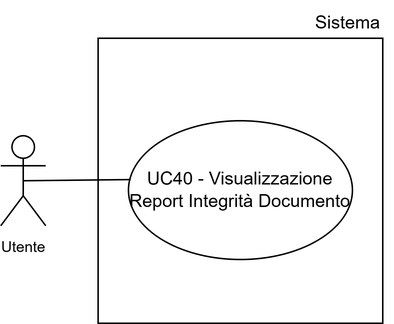
This is assets/uml/UC40.png from 7-ZPUs/Docs, a draw.io export, as it was before one commit. Source tidied: cells renumbered, new cells last; positions are measured from the earlier drawing's top-left corner, leaving out a move shared by most shapes.
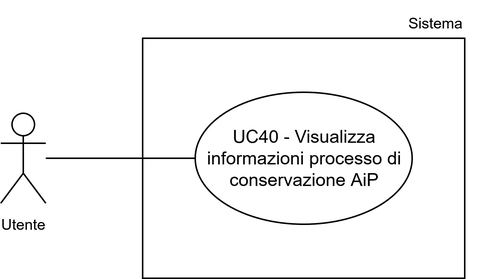
The same diagram one commit later.

Diff of the diagram source:
```diff
@@ -3,19 +3,21 @@
     <mxCell id="0" />
     <mxCell id="1" parent="0" />
     <mxCell id="2" style="whiteSpace=wrap;html=1;" parent="1" vertex="1">
-      <mxGeometry x="65" y="25" width="190" height="190" as="geometry" />
+      <mxGeometry x="-4.5" y="-3214" width="214.5" height="160" as="geometry" />
     </mxCell>
-    <mxCell id="3" value="&lt;font style=&quot;font-size: 10px;&quot;&gt;Utente&lt;/font&gt;" style="shape=umlActor;verticalLabelPosition=bottom;verticalAlign=top;html=1;outlineConnect=0;" parent="1" vertex="1">
-      <mxGeometry y="90" width="30" height="60" as="geometry" />
+    <mxCell id="3" value="UC40 - Visualizza informazioni processo di conservazione AiP" style="ellipse;whiteSpace=wrap;html=1;" parent="1" vertex="1">
+      <mxGeometry x="30.5" y="-3178" width="144.5" height="88" as="geometry" />
     </mxCell>
-    <mxCell id="4" value="UC40 - Visualizzazione Report Integrità Documento" style="ellipse;whiteSpace=wrap;html=1;" parent="1" vertex="1">
-      <mxGeometry x="85.2" y="80" width="149.5" height="92.5" as="geometry" />
+    <mxCell id="4" value="&lt;font style=&quot;font-size: 10px;&quot;&gt;Utente&lt;/font&gt;" style="shape=umlActor;verticalLabelPosition=bottom;verticalAlign=top;html=1;outlineConnect=0;" parent="1" vertex="1">
+      <mxGeometry x="-99" y="-3164" width="30" height="60" as="geometry" />
     </mxCell>
-    <mxCell id="5" style="endArrow=none;html=1;rounded=0;entryX=0.01;entryY=0.424;entryDx=0;entryDy=0;entryPerimeter=0;exitX=0.5;exitY=0.5;exitDx=0;exitDy=0;exitPerimeter=0;" parent="1" edge="1" source="3" target="4">
-      <mxGeometry relative="1" as="geometry" />
+    <mxCell id="5" value="Sistema" style="text;html=1;whiteSpace=wrap;strokeColor=none;fillColor=none;align=center;verticalAlign=middle;rounded=0;fontSize=10;" parent="1" vertex="1">
+      <mxGeometry x="161" y="-3239" width="60" height="30" as="geometry" />
     </mxCell>
-    <mxCell id="6" value="&lt;font style=&quot;font-size: 12px;&quot;&gt;Sistema&lt;/font&gt;" style="text;html=1;whiteSpace=wrap;strokeColor=none;fillColor=none;align=center;verticalAlign=middle;rounded=0;fontSize=10;" parent="1" vertex="1">
-      <mxGeometry x="202" width="60" height="30" as="geometry" />
+    <mxCell id="6" style="endArrow=none;html=1;rounded=0;entryX=0;entryY=0.5;entryDx=0;entryDy=0;" parent="1" edge="1" target="3">
+      <mxGeometry relative="1" as="geometry">
+        <mxPoint x="-69" y="-3134" as="sourcePoint" />
+      </mxGeometry>
     </mxCell>
   </root>
 </mxGraphModel>
```
